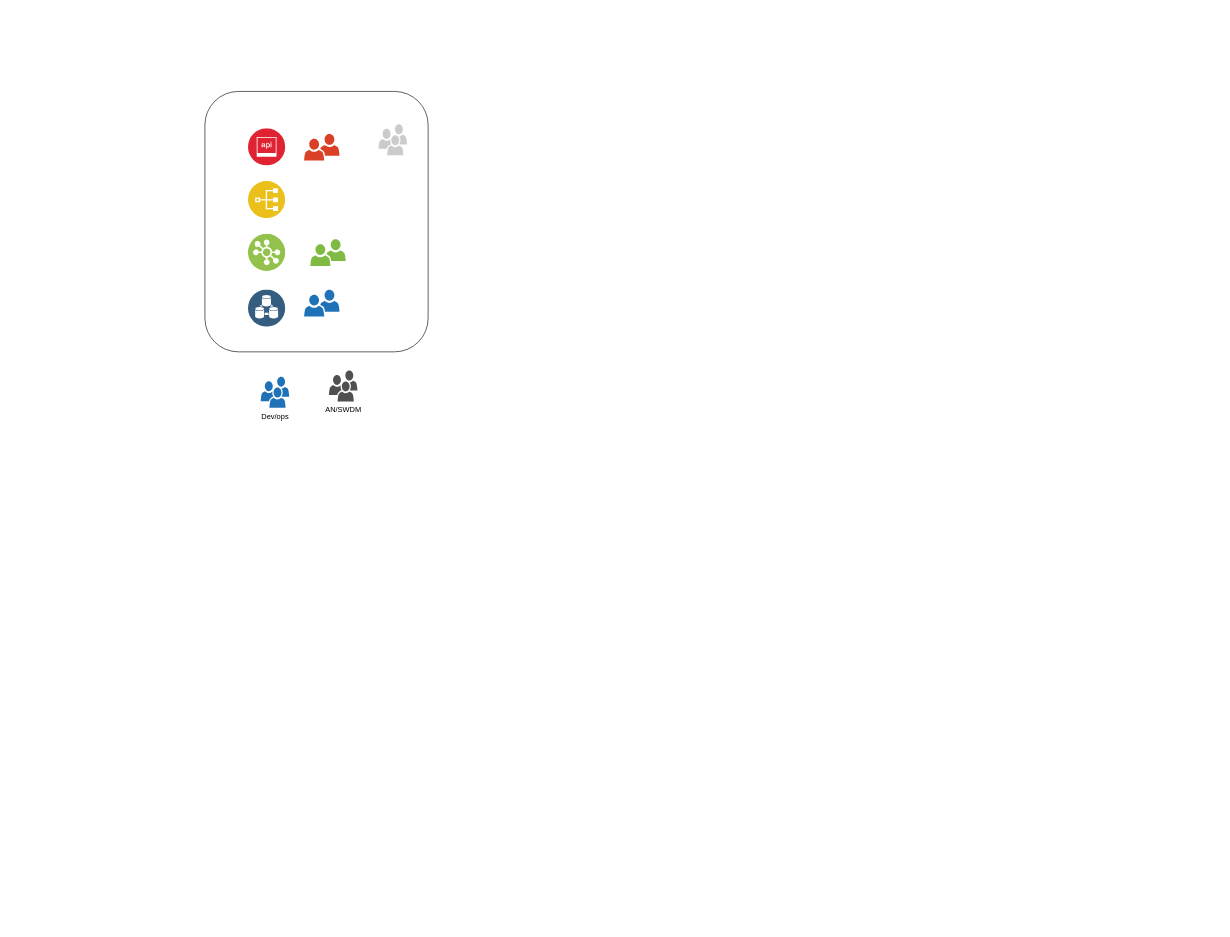
MichalHasekRB/my-Diagrams keeps this draw.io diagram as StrategieIP-domeny.drawio. Above is the earlier version. Source tidied: cells renumbered, new cells numbered last; positions are measured from the earlier drawing's top-left corner, leaving out a move shared by most shapes. Both pictures are drawn from the tidied source at 62%, with x=0, y=0 at pixel (205, 91).
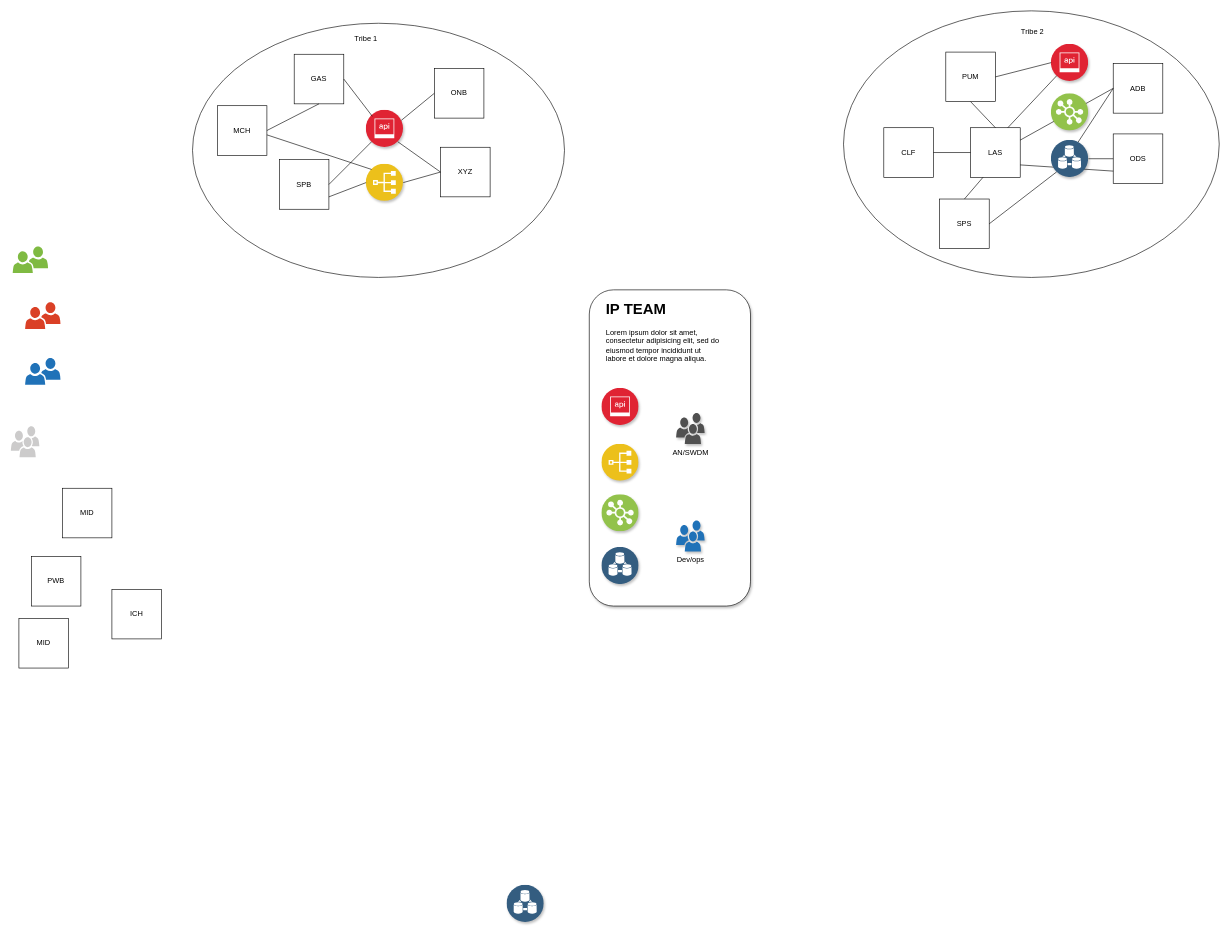
The same page after the edit.

The edit, as a diff of the source:
```diff
@@
+    <mxCell id="7" style="sketch=0;shadow=0;dashed=0;html=1;strokeColor=none;fillColor=#505050;labelPosition=center;verticalLabelPosition=bottom;verticalAlign=top;align=center;shape=mxgraph.office.users.users_two;fillColor=#DA4026;" parent="1" vertex="1">
+      <mxGeometry x="-290" y="340" width="57" height="43" as="geometry" />
+    </mxCell>
+    <mxCell id="8" style="sketch=0;shadow=0;dashed=0;html=1;strokeColor=none;fillColor=#505050;labelPosition=center;verticalLabelPosition=bottom;verticalAlign=top;align=center;shape=mxgraph.office.users.users_two;fillColor=#7FBA42;" parent="1" vertex="1">
+      <mxGeometry x="-310" y="250" width="57" height="43" as="geometry" />
+    </mxCell>
+    <mxCell id="9" style="sketch=0;shadow=0;dashed=0;html=1;strokeColor=none;labelPosition=center;verticalLabelPosition=bottom;verticalAlign=top;align=center;shape=mxgraph.office.users.users;fillColor=#CCCBCB;" parent="1" vertex="1">
+      <mxGeometry x="-313" y="540" width="46" height="50" as="geometry" />
+    </mxCell>
+    <mxCell id="10" style="sketch=0;shadow=0;dashed=0;html=1;strokeColor=none;fillColor=#505050;labelPosition=center;verticalLabelPosition=bottom;verticalAlign=top;align=center;shape=mxgraph.office.users.users_two;fillColor=#2072B8;" parent="1" vertex="1">
+      <mxGeometry x="-290" y="430" width="57" height="43" as="geometry" />
+    </mxCell>
+    <mxCell id="13" style="group;" parent="1" vertex="1">
+      <mxGeometry x="620" y="320" width="260" height="510" as="geometry" />
+    </mxCell>
-    <mxCell id="2" style="rounded=1;whiteSpace=wrap;html=1;" parent="1" vertex="1">
-      <mxGeometry width="360" height="420" as="geometry" />
+    <mxCell id="2" style="rounded=1;whiteSpace=wrap;html=1;shadow=1;" parent="13" vertex="1">
+      <mxGeometry width="260" height="510" as="geometry" />
     </mxCell>
-    <mxCell id="3" style="image;perimeter=ellipsePerimeter;html=1;align=center;shadow=0;dashed=0;fontColor=#4277BB;labelBackgroundColor=default;fontSize=12;spacingTop=3;image=img/lib/ibm/security/api_security.svg;" parent="1" vertex="1">
-      <mxGeometry x="70" y="60" width="60" height="60" as="geometry" />
+    <mxCell id="3" style="image;perimeter=ellipsePerimeter;html=1;align=center;shadow=1;dashed=0;fontColor=#4277BB;labelBackgroundColor=default;fontSize=12;spacingTop=3;image=img/lib/ibm/security/api_security.svg;" parent="13" vertex="1">
+      <mxGeometry x="20" y="158.5" width="60" height="60" as="geometry" />
     </mxCell>
-    <mxCell id="4" style="image;perimeter=ellipsePerimeter;html=1;align=center;shadow=0;dashed=0;fontColor=#4277BB;labelBackgroundColor=default;fontSize=12;spacingTop=3;image=img/lib/ibm/applications/index.svg;" parent="1" vertex="1">
-      <mxGeometry x="70" y="145" width="60" height="60" as="geometry" />
+    <mxCell id="4" style="image;perimeter=ellipsePerimeter;html=1;align=center;shadow=1;dashed=0;fontColor=#4277BB;labelBackgroundColor=default;fontSize=12;spacingTop=3;image=img/lib/ibm/applications/index.svg;" parent="13" vertex="1">
+      <mxGeometry x="20" y="248.5" width="60" height="60" as="geometry" />
     </mxCell>
-    <mxCell id="5" style="image;perimeter=ellipsePerimeter;html=1;align=center;shadow=0;dashed=0;fontColor=#4277BB;labelBackgroundColor=default;fontSize=12;spacingTop=3;image=img/lib/ibm/vpc/LoadBalancerPool.svg;" parent="1" vertex="1">
-      <mxGeometry x="70" y="230" width="60" height="60" as="geometry" />
+    <mxCell id="5" style="image;perimeter=ellipsePerimeter;html=1;align=center;shadow=1;dashed=0;fontColor=#4277BB;labelBackgroundColor=default;fontSize=12;spacingTop=3;image=img/lib/ibm/vpc/LoadBalancerPool.svg;" parent="13" vertex="1">
+      <mxGeometry x="20" y="330" width="60" height="60" as="geometry" />
     </mxCell>
-    <mxCell id="6" style="image;perimeter=ellipsePerimeter;html=1;align=center;shadow=0;dashed=0;fontColor=#4277BB;labelBackgroundColor=default;fontSize=12;spacingTop=3;image=img/lib/ibm/data/device_registry.svg;" parent="1" vertex="1">
-      <mxGeometry x="70" y="320" width="60" height="60" as="geometry" />
+    <mxCell id="6" style="image;perimeter=ellipsePerimeter;html=1;align=center;shadow=1;dashed=0;fontColor=#4277BB;labelBackgroundColor=default;fontSize=12;spacingTop=3;image=img/lib/ibm/data/device_registry.svg;" parent="13" vertex="1">
+      <mxGeometry x="20" y="415" width="60" height="60" as="geometry" />
     </mxCell>
-    <mxCell id="7" style="sketch=0;shadow=0;dashed=0;html=1;strokeColor=none;fillColor=#505050;labelPosition=center;verticalLabelPosition=bottom;verticalAlign=top;align=center;shape=mxgraph.office.users.users_two;fillColor=#DA4026;" parent="1" vertex="1">
-      <mxGeometry x="160" y="68.5" width="57" height="43" as="geometry" />
-    </mxCell>
-    <mxCell id="8" style="sketch=0;shadow=0;dashed=0;html=1;strokeColor=none;fillColor=#505050;labelPosition=center;verticalLabelPosition=bottom;verticalAlign=top;align=center;shape=mxgraph.office.users.users_two;fillColor=#7FBA42;" parent="1" vertex="1">
-      <mxGeometry x="170" y="238.5" width="57" height="43" as="geometry" />
-    </mxCell>
-    <mxCell id="9" style="sketch=0;shadow=0;dashed=0;html=1;strokeColor=none;labelPosition=center;verticalLabelPosition=bottom;verticalAlign=top;align=center;shape=mxgraph.office.users.users;fillColor=#CCCBCB;" parent="1" vertex="1">
-      <mxGeometry x="280" y="53" width="46" height="50" as="geometry" />
-    </mxCell>
-    <mxCell id="10" style="sketch=0;shadow=0;dashed=0;html=1;strokeColor=none;fillColor=#505050;labelPosition=center;verticalLabelPosition=bottom;verticalAlign=top;align=center;shape=mxgraph.office.users.users_two;fillColor=#2072B8;" parent="1" vertex="1">
-      <mxGeometry x="160" y="320" width="57" height="43" as="geometry" />
-    </mxCell>
-    <mxCell id="11" value="Dev/ops" style="sketch=0;shadow=0;dashed=0;html=1;strokeColor=none;labelPosition=center;verticalLabelPosition=bottom;verticalAlign=top;align=center;shape=mxgraph.office.users.users;fillColor=#2072B8;" parent="1" vertex="1">
-      <mxGeometry x="90" y="460" width="46" height="50" as="geometry" />
+    <mxCell id="11" value="Dev/ops" style="sketch=0;shadow=1;dashed=0;html=1;strokeColor=none;labelPosition=center;verticalLabelPosition=bottom;verticalAlign=top;align=center;shape=mxgraph.office.users.users;fillColor=#2072B8;" parent="13" vertex="1">
+      <mxGeometry x="140" y="372" width="46" height="50" as="geometry" />
     </mxCell>
-    <mxCell id="12" value="AN/SWDM" style="sketch=0;shadow=0;dashed=0;html=1;strokeColor=none;fillColor=#505050;labelPosition=center;verticalLabelPosition=bottom;verticalAlign=top;align=center;shape=mxgraph.office.users.users;" parent="1" vertex="1">
-      <mxGeometry x="200" y="450" width="46" height="50" as="geometry" />
+    <mxCell id="12" value="AN/SWDM" style="sketch=0;shadow=1;dashed=0;html=1;strokeColor=none;fillColor=#505050;labelPosition=center;verticalLabelPosition=bottom;verticalAlign=top;align=center;shape=mxgraph.office.users.users;" parent="13" vertex="1">
+      <mxGeometry x="140" y="198.5" width="46" height="50" as="geometry" />
     </mxCell>
+    <mxCell id="14" value="&lt;h1 style=&quot;margin-top: 0px;&quot;&gt;IP TEAM&lt;/h1&gt;&lt;p&gt;Lorem ipsum dolor sit amet, consectetur adipisicing elit, sed do eiusmod tempor incididunt ut labore et dolore magna aliqua.&lt;/p&gt;" style="text;html=1;whiteSpace=wrap;overflow=hidden;rounded=0;shadow=1;" parent="13" vertex="1">
+      <mxGeometry x="25" y="10" width="190" height="108.5" as="geometry" />
+    </mxCell>
+    <mxCell id="15" value="MID" style="whiteSpace=wrap;html=1;" parent="1" vertex="1">
+      <mxGeometry x="-300" y="850" width="80" height="80" as="geometry" />
+    </mxCell>
+    <mxCell id="16" value="MID" style="whiteSpace=wrap;html=1;" parent="1" vertex="1">
+      <mxGeometry x="-230" y="640" width="80" height="80" as="geometry" />
+    </mxCell>
+    <mxCell id="17" value="ICH" style="whiteSpace=wrap;html=1;" parent="1" vertex="1">
+      <mxGeometry x="-150" y="803" width="80" height="80" as="geometry" />
+    </mxCell>
+    <mxCell id="18" value="PWB" style="whiteSpace=wrap;html=1;" parent="1" vertex="1">
+      <mxGeometry x="-280" y="750" width="80" height="80" as="geometry" />
+    </mxCell>
+    <mxCell id="19" style="image;perimeter=ellipsePerimeter;html=1;align=center;shadow=1;dashed=0;fontColor=#4277BB;labelBackgroundColor=default;fontSize=12;spacingTop=3;image=img/lib/ibm/data/device_registry.svg;" parent="1" vertex="1">
+      <mxGeometry x="487" y="1280" width="60" height="60" as="geometry" />
+    </mxCell>
+    <mxCell id="20" style="group;" parent="1" vertex="1">
+      <mxGeometry x="1030" y="-130" width="606" height="430" as="geometry" />
+    </mxCell>
+    <mxCell id="21" style="ellipse;whiteSpace=wrap;html=1;" parent="20" vertex="1">
+      <mxGeometry width="606" height="430" as="geometry" />
+    </mxCell>
+    <mxCell id="22" value="Tribe 2" style="text;html=1;align=center;verticalAlign=middle;whiteSpace=wrap;rounded=0;" parent="20" vertex="1">
+      <mxGeometry x="275" y="13.5" width="60" height="40" as="geometry" />
+    </mxCell>
+    <mxCell id="23" value="PUM" style="whiteSpace=wrap;html=1;" parent="20" vertex="1">
+      <mxGeometry x="165" y="66.5" width="80" height="80" as="geometry" />
+    </mxCell>
+    <mxCell id="24" value="CLF" style="whiteSpace=wrap;html=1;" parent="20" vertex="1">
+      <mxGeometry x="65" y="188.5" width="80" height="80" as="geometry" />
+    </mxCell>
+    <mxCell id="25" value="LAS" style="whiteSpace=wrap;html=1;" parent="20" vertex="1">
+      <mxGeometry x="205" y="188.5" width="80" height="80" as="geometry" />
+    </mxCell>
+    <mxCell id="26" value="ODS" style="whiteSpace=wrap;html=1;" parent="20" vertex="1">
+      <mxGeometry x="435" y="198.5" width="80" height="80" as="geometry" />
+    </mxCell>
+    <mxCell id="27" value="ADB" style="whiteSpace=wrap;html=1;" parent="20" vertex="1">
+      <mxGeometry x="435" y="85" width="80" height="80" as="geometry" />
+    </mxCell>
+    <mxCell id="28" value="SPS" style="whiteSpace=wrap;html=1;" parent="20" vertex="1">
+      <mxGeometry x="155" y="303.5" width="80" height="80" as="geometry" />
+    </mxCell>
+    <mxCell id="29" style="image;perimeter=ellipsePerimeter;html=1;align=center;shadow=1;dashed=0;fontColor=#4277BB;labelBackgroundColor=default;fontSize=12;spacingTop=3;image=img/lib/ibm/security/api_security.svg;" parent="20" vertex="1">
+      <mxGeometry x="335" y="53.5" width="60" height="60" as="geometry" />
+    </mxCell>
+    <mxCell id="30" style="endArrow=none;html=1;rounded=0;entryX=0;entryY=1;entryDx=0;entryDy=0;exitX=1;exitY=0.5;exitDx=0;exitDy=0;" parent="20" edge="1" source="28" target="38">
+      <mxGeometry relative="1" as="geometry" />
+    </mxCell>
+    <mxCell id="31" style="endArrow=none;html=1;rounded=0;exitX=0.75;exitY=0;exitDx=0;exitDy=0;entryX=0;entryY=1;entryDx=0;entryDy=0;" parent="20" edge="1" source="25" target="29">
+      <mxGeometry relative="1" as="geometry" />
+    </mxCell>
+    <mxCell id="32" style="endArrow=none;html=1;rounded=0;entryX=0;entryY=0.5;entryDx=0;entryDy=0;exitX=0.75;exitY=0;exitDx=0;exitDy=0;" parent="20" edge="1" source="38" target="27">
+      <mxGeometry relative="1" as="geometry" />
+    </mxCell>
+    <mxCell id="33" style="endArrow=none;html=1;rounded=0;exitX=1;exitY=0.5;exitDx=0;exitDy=0;entryX=0;entryY=0.5;entryDx=0;entryDy=0;" parent="20" edge="1" source="23" target="29">
+      <mxGeometry relative="1" as="geometry" />
+    </mxCell>
+    <mxCell id="34" style="endArrow=none;html=1;rounded=0;entryX=0;entryY=0.5;entryDx=0;entryDy=0;exitX=1;exitY=0.5;exitDx=0;exitDy=0;" parent="20" edge="1" source="38" target="26">
+      <mxGeometry relative="1" as="geometry" />
+    </mxCell>
+    <mxCell id="35" style="endArrow=none;html=1;rounded=0;entryX=0;entryY=0.75;entryDx=0;entryDy=0;exitX=1;exitY=0.75;exitDx=0;exitDy=0;" parent="20" edge="1" source="25" target="26">
+      <mxGeometry relative="1" as="geometry" />
+    </mxCell>
+    <mxCell id="36" style="endArrow=none;html=1;rounded=0;entryX=0;entryY=0.5;entryDx=0;entryDy=0;exitX=1;exitY=0.25;exitDx=0;exitDy=0;" parent="20" edge="1" source="25" target="27">
+      <mxGeometry relative="1" as="geometry" />
+    </mxCell>
+    <mxCell id="37" style="image;perimeter=ellipsePerimeter;html=1;align=center;shadow=1;dashed=0;fontColor=#4277BB;labelBackgroundColor=default;fontSize=12;spacingTop=3;image=img/lib/ibm/vpc/LoadBalancerPool.svg;" parent="20" vertex="1">
+      <mxGeometry x="335" y="133.5" width="60" height="60" as="geometry" />
+    </mxCell>
+    <mxCell id="38" style="image;perimeter=ellipsePerimeter;html=1;align=center;shadow=1;dashed=0;fontColor=#4277BB;labelBackgroundColor=default;fontSize=12;spacingTop=3;image=img/lib/ibm/data/device_registry.svg;" parent="20" vertex="1">
+      <mxGeometry x="335" y="208.5" width="60" height="60" as="geometry" />
+    </mxCell>
+    <mxCell id="39" style="endArrow=none;html=1;rounded=0;entryX=0.5;entryY=1;entryDx=0;entryDy=0;exitX=0.5;exitY=0;exitDx=0;exitDy=0;" parent="20" edge="1" source="25" target="23">
+      <mxGeometry relative="1" as="geometry" />
+    </mxCell>
+    <mxCell id="40" style="endArrow=none;html=1;rounded=0;entryX=1;entryY=0.5;entryDx=0;entryDy=0;exitX=0;exitY=0.5;exitDx=0;exitDy=0;" parent="20" edge="1" source="25" target="24">
+      <mxGeometry relative="1" as="geometry" />
+    </mxCell>
+    <mxCell id="41" style="endArrow=none;html=1;rounded=0;entryX=0.25;entryY=1;entryDx=0;entryDy=0;exitX=0.5;exitY=0;exitDx=0;exitDy=0;" parent="20" edge="1" source="28" target="25">
+      <mxGeometry relative="1" as="geometry" />
+    </mxCell>
+    <mxCell id="42" style="group;" parent="1" vertex="1">
+      <mxGeometry x="-20" y="-110" width="600" height="410" as="geometry" />
+    </mxCell>
+    <mxCell id="43" style="ellipse;whiteSpace=wrap;html=1;" parent="42" vertex="1">
+      <mxGeometry width="600" height="410" as="geometry" />
+    </mxCell>
+    <mxCell id="44" value="Tribe 1" style="text;html=1;align=center;verticalAlign=middle;whiteSpace=wrap;rounded=0;" parent="42" vertex="1">
+      <mxGeometry x="250" y="10" width="60" height="30" as="geometry" />
+    </mxCell>
+    <mxCell id="45" value="XYZ" style="whiteSpace=wrap;html=1;" parent="42" vertex="1">
+      <mxGeometry x="400" y="200" width="80" height="80" as="geometry" />
+    </mxCell>
+    <mxCell id="46" value="SPB" style="whiteSpace=wrap;html=1;" parent="42" vertex="1">
+      <mxGeometry x="140" y="220" width="80" height="80" as="geometry" />
+    </mxCell>
+    <mxCell id="47" value="ONB" style="whiteSpace=wrap;html=1;" parent="42" vertex="1">
+      <mxGeometry x="390" y="73" width="80" height="80" as="geometry" />
+    </mxCell>
+    <mxCell id="48" value="GAS" style="whiteSpace=wrap;html=1;" parent="42" vertex="1">
+      <mxGeometry x="164" y="50" width="80" height="80" as="geometry" />
+    </mxCell>
+    <mxCell id="49" value="MCH" style="whiteSpace=wrap;html=1;" parent="42" vertex="1">
+      <mxGeometry x="40" y="133" width="80" height="80" as="geometry" />
+    </mxCell>
+    <mxCell id="50" style="image;perimeter=ellipsePerimeter;html=1;align=center;shadow=1;dashed=0;fontColor=#4277BB;labelBackgroundColor=default;fontSize=12;spacingTop=3;image=img/lib/ibm/security/api_security.svg;" parent="42" vertex="1">
+      <mxGeometry x="280" y="140" width="60" height="60" as="geometry" />
+    </mxCell>
+    <mxCell id="51" style="image;perimeter=ellipsePerimeter;html=1;align=center;shadow=1;dashed=0;fontColor=#4277BB;labelBackgroundColor=default;fontSize=12;spacingTop=3;image=img/lib/ibm/applications/index.svg;" parent="42" vertex="1">
+      <mxGeometry x="280" y="227" width="60" height="60" as="geometry" />
+    </mxCell>
+    <mxCell id="52" style="endArrow=none;html=1;rounded=0;entryX=1;entryY=0.5;entryDx=0;entryDy=0;exitX=0;exitY=1;exitDx=0;exitDy=0;" parent="42" edge="1" source="50" target="46">
+      <mxGeometry relative="1" as="geometry" />
+    </mxCell>
+    <mxCell id="53" style="endArrow=none;html=1;rounded=0;entryX=0;entryY=0.5;entryDx=0;entryDy=0;exitX=1;exitY=1;exitDx=0;exitDy=0;" parent="42" edge="1" source="50" target="45">
+      <mxGeometry relative="1" as="geometry" />
+    </mxCell>
+    <mxCell id="54" style="endArrow=none;html=1;rounded=0;entryX=0;entryY=0.5;entryDx=0;entryDy=0;exitX=1;exitY=0.25;exitDx=0;exitDy=0;" parent="42" edge="1" source="50" target="47">
+      <mxGeometry relative="1" as="geometry" />
+    </mxCell>
+    <mxCell id="55" style="endArrow=none;html=1;rounded=0;entryX=1;entryY=0.5;entryDx=0;entryDy=0;exitX=0;exitY=0.5;exitDx=0;exitDy=0;" parent="42" edge="1" source="45" target="51">
+      <mxGeometry relative="1" as="geometry" />
+    </mxCell>
+    <mxCell id="56" style="endArrow=none;html=1;rounded=0;entryX=1;entryY=0.5;entryDx=0;entryDy=0;" parent="42" edge="1" target="48">
+      <mxGeometry relative="1" as="geometry">
+        <mxPoint x="290" y="150" as="sourcePoint" />
+      </mxGeometry>
+    </mxCell>
+    <mxCell id="57" style="endArrow=none;html=1;rounded=0;entryX=0.5;entryY=1;entryDx=0;entryDy=0;exitX=1;exitY=0.5;exitDx=0;exitDy=0;" parent="42" edge="1" source="49" target="48">
+      <mxGeometry relative="1" as="geometry" />
+    </mxCell>
+    <mxCell id="58" style="endArrow=none;html=1;rounded=0;exitX=0;exitY=0;exitDx=0;exitDy=0;" parent="42" edge="1" source="51">
+      <mxGeometry relative="1" as="geometry">
+        <mxPoint x="120" y="180" as="targetPoint" />
+      </mxGeometry>
+    </mxCell>
+    <mxCell id="59" style="endArrow=none;html=1;rounded=0;exitX=0;exitY=0.5;exitDx=0;exitDy=0;entryX=1;entryY=0.75;entryDx=0;entryDy=0;" parent="42" edge="1" source="51" target="46">
+      <mxGeometry relative="1" as="geometry" />
+    </mxCell>
```
